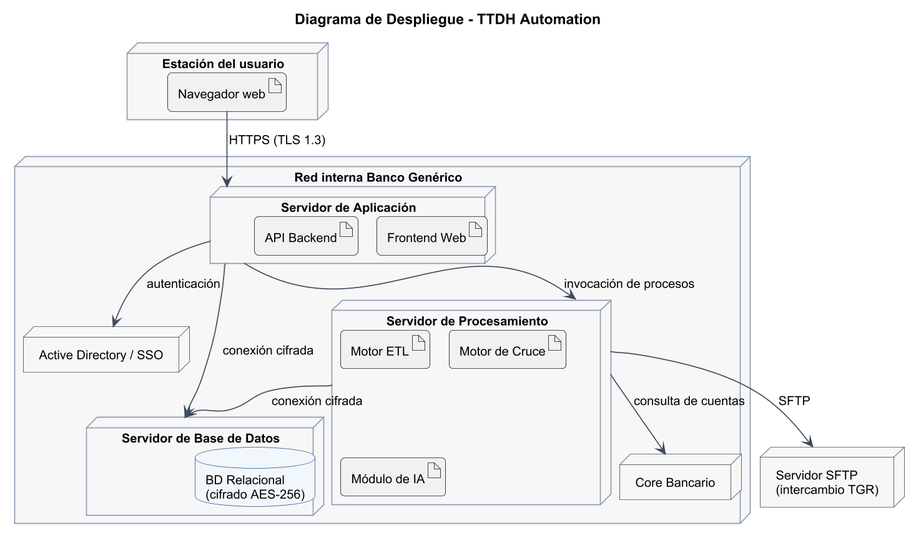
Before: Fase 2/Evidencias Proyecto/Evidencias de Documentación/Análisis y Diseño/Diagramas/04_despliegue.png, a diagram exported from PlantUML (JS-Ranker/CAPSTONE). Its diagram source:
```plantuml
@startuml
!include _style.iuml
title Diagrama de Despliegue - TTDH Automation

node "Estación del usuario" as PC {
  artifact "Navegador web" as NAV
}

node "Red interna Banco Genérico" as RED {
  node "Servidor de Aplicación" as APP {
    artifact "Frontend Web" as A1
    artifact "API Backend" as A2
  }
  node "Servidor de Procesamiento" as PROC {
    artifact "Motor ETL" as P1
    artifact "Motor de Cruce" as P2
    artifact "Módulo de IA" as P3
  }
  node "Servidor de Base de Datos" as DBS {
    database "BD Relacional\n(cifrado AES-256)" as DB
  }
  node "Active Directory / SSO" as AD
  node "Core Bancario" as CORE
}

node "Servidor SFTP\n(intercambio TGR)" as SFTP

NAV --> APP : HTTPS (TLS 1.3)
APP --> PROC : invocación de procesos
APP --> DBS : conexión cifrada
PROC --> DBS : conexión cifrada
APP --> AD : autenticación
PROC --> CORE : consulta de cuentas
PROC --> SFTP : SFTP
@enduml
```
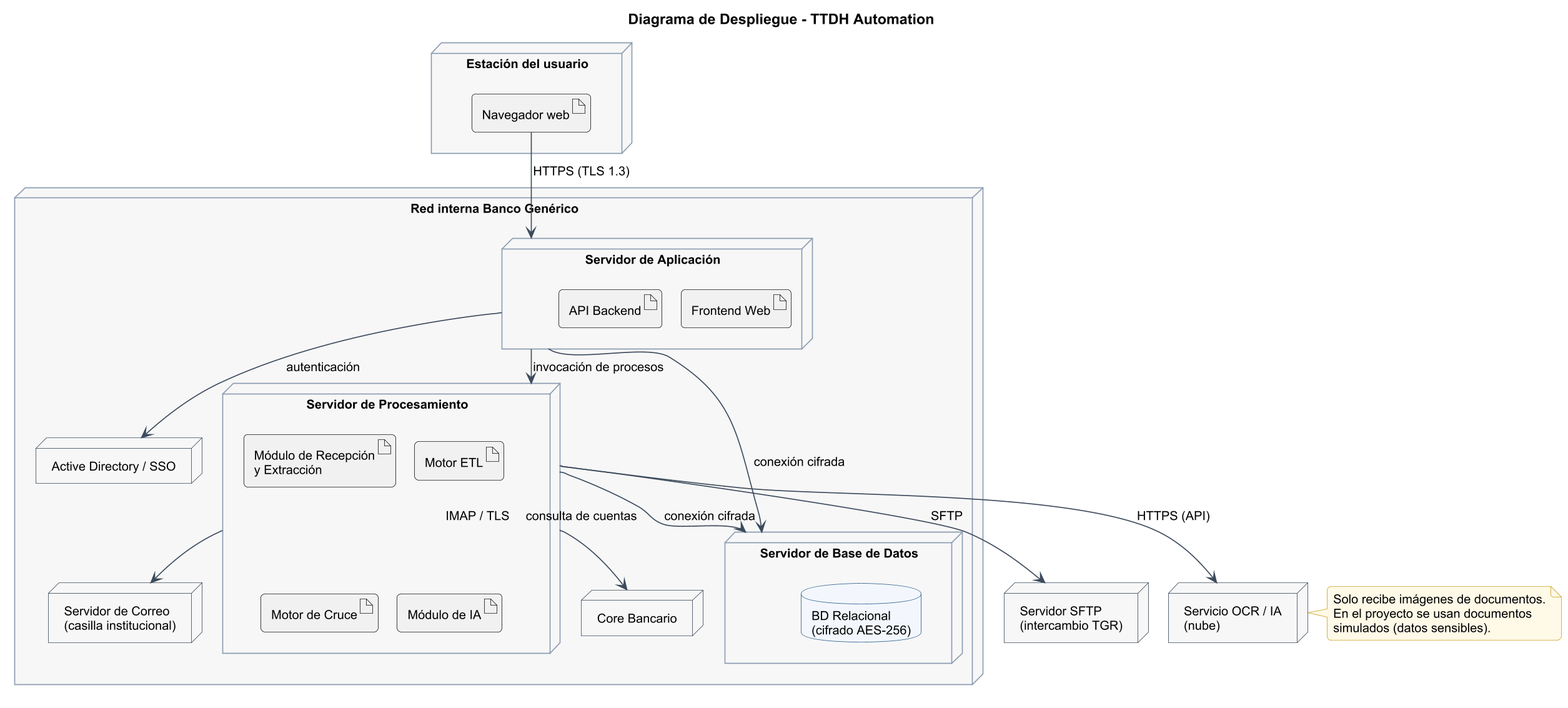
After the commit.

Change to the diagram source:
```diff
@@ -12,6 +12,7 @@
     artifact "API Backend" as A2
   }
   node "Servidor de Procesamiento" as PROC {
+    artifact "Módulo de Recepción\ny Extracción" as P0
     artifact "Motor ETL" as P1
     artifact "Motor de Cruce" as P2
     artifact "Módulo de IA" as P3
@@ -21,9 +22,16 @@
   }
   node "Active Directory / SSO" as AD
   node "Core Bancario" as CORE
+  node "Servidor de Correo\n(casilla institucional)" as MAIL
 }
 
 node "Servidor SFTP\n(intercambio TGR)" as SFTP
+node "Servicio OCR / IA\n(nube)" as OCR
+note right of OCR
+  Solo recibe imágenes de documentos.
+  En el proyecto se usan documentos
+  simulados (datos sensibles).
+end note
 
 NAV --> APP : HTTPS (TLS 1.3)
 APP --> PROC : invocación de procesos
@@ -32,4 +40,6 @@
 APP --> AD : autenticación
 PROC --> CORE : consulta de cuentas
 PROC --> SFTP : SFTP
+PROC --> MAIL : IMAP / TLS
+PROC --> OCR : HTTPS (API)
 @enduml
```
